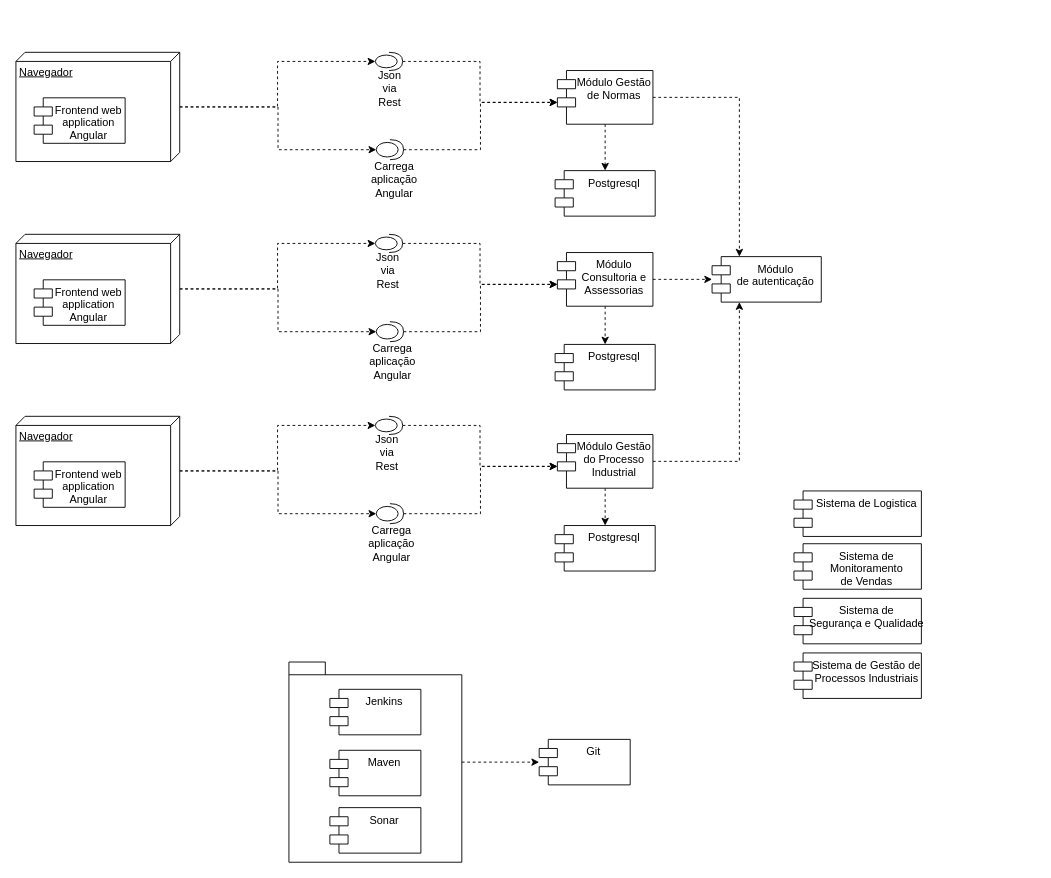
This is Diagrama de Componentes.drawio from thallysfreed/arquitetura, a draw.io file, before an edit. Source tidied: cells renumbered, new cells numbered last; positions are measured from the earlier drawing's top-left corner, leaving out a move shared by most shapes. Both pictures are drawn from the tidied source at 91%, with x=0, y=0 at pixel (15, 52).
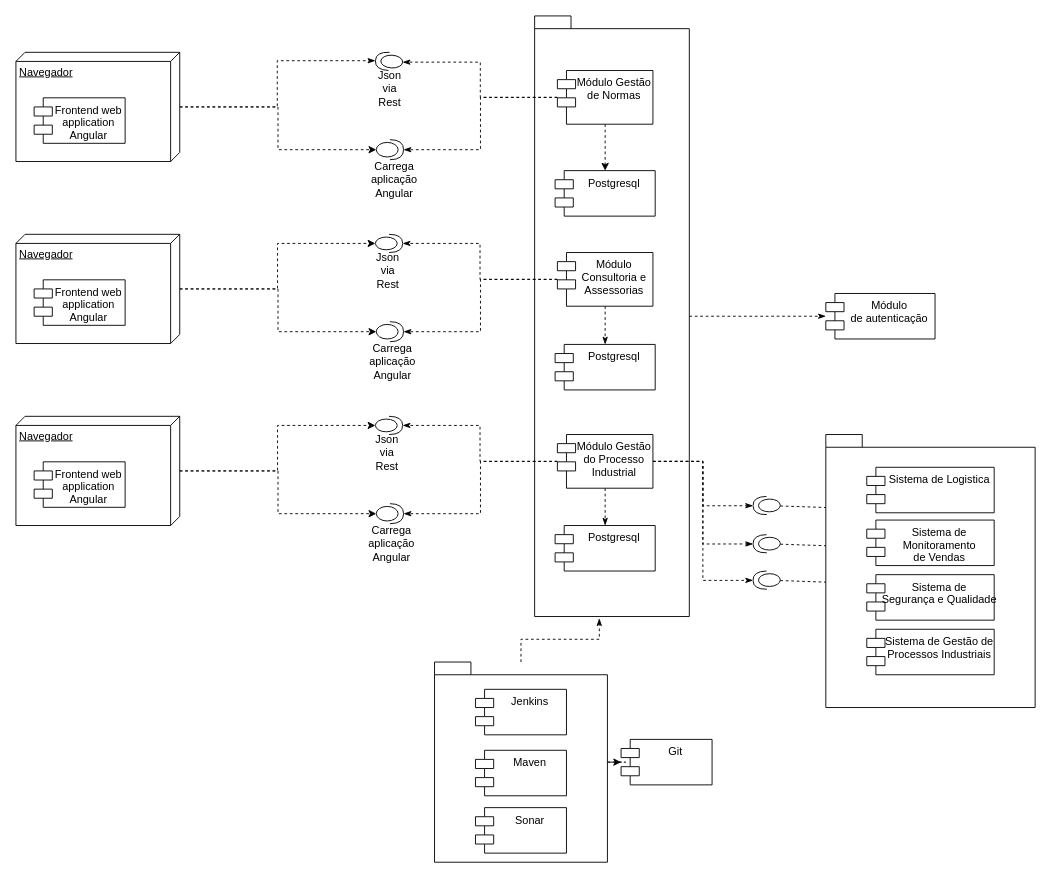
The same page after the edit.

The change refers to these unchanged cells:
```xml
<mxCell id="9" value="Navegador" style="verticalAlign=top;align=left;spacingTop=8;spacingLeft=2;spacingRight=12;shape=cube;size=10;direction=south;fontStyle=4;html=1;" parent="1" vertex="1">
  <mxGeometry width="180" height="120" as="geometry" />
</mxCell>
<mxCell id="12" style="shape=providedRequiredInterface;html=1;verticalLabelPosition=bottom;rotation=-180;direction=west;" parent="1" vertex="1">
  <mxGeometry x="396" y="96" width="30" height="22" as="geometry" />
</mxCell>
<mxCell id="17" style="shape=providedRequiredInterface;html=1;verticalLabelPosition=bottom;rotation=-180;direction=west;" parent="1" vertex="1">
  <mxGeometry x="395" y="200" width="30" height="20" as="geometry" />
</mxCell>
<mxCell id="23" style="shape=providedRequiredInterface;html=1;verticalLabelPosition=bottom;rotation=-180;direction=west;" parent="1" vertex="1">
  <mxGeometry x="396" y="296" width="30" height="22" as="geometry" />
</mxCell>
<mxCell id="28" style="shape=providedRequiredInterface;html=1;verticalLabelPosition=bottom;rotation=-180;direction=west;" parent="1" vertex="1">
  <mxGeometry x="395" y="400" width="30" height="20" as="geometry" />
</mxCell>
<mxCell id="34" style="shape=providedRequiredInterface;html=1;verticalLabelPosition=bottom;rotation=-180;direction=west;" parent="1" vertex="1">
  <mxGeometry x="396" y="496" width="30" height="22" as="geometry" />
</mxCell>
```

Diff of the diagram source:
```diff
@@
-    <mxCell id="2" style="edgeStyle=orthogonalEdgeStyle;rounded=0;jettySize=auto;html=1;dashed=1;" parent="1" edge="1" source="4" target="41">
-      <mxGeometry relative="1" as="geometry" />
-    </mxCell>
-    <mxCell id="3" style="edgeStyle=orthogonalEdgeStyle;rounded=0;jettySize=auto;html=1;entryX=0.25;entryY=0;entryDx=0;entryDy=0;dashed=1;" parent="1" edge="1" source="4" target="44">
-      <mxGeometry relative="1" as="geometry" />
-    </mxCell>
-    <mxCell id="4" value="Módulo Gestão&#10;de Normas" style="shape=module;align=left;spacingLeft=20;align=center;verticalAlign=top;" parent="1" vertex="1">
-      <mxGeometry x="595" y="20" width="105" height="59" as="geometry" />
-    </mxCell>
-    <mxCell id="5" style="edgeStyle=orthogonalEdgeStyle;rounded=0;jettySize=auto;html=1;entryX=0;entryY=0;entryDx=0;entryDy=35;entryPerimeter=0;dashed=1;" parent="1" edge="1" source="6" target="4">
-      <mxGeometry relative="1" as="geometry" />
-    </mxCell>
-    <mxCell id="6" style="shape=providedRequiredInterface;html=1;verticalLabelPosition=bottom;rotation=-180;direction=west;" parent="1" vertex="1">
+    <mxCell id="6" style="shape=providedRequiredInterface;html=1;verticalLabelPosition=bottom;rotation=3;direction=west;" parent="1" vertex="1">
       <mxGeometry x="395" width="30" height="20" as="geometry" />
     </mxCell>
+    <mxCell id="8" style="edgeStyle=orthogonalEdgeStyle;rounded=0;jettySize=auto;html=1;entryX=0;entryY=0.5;entryDx=0;entryDy=0;entryPerimeter=0;dashed=1;" parent="1" edge="1" source="9" target="12">
+      <mxGeometry relative="1" as="geometry" />
+    </mxCell>
-    <mxCell id="7" style="edgeStyle=orthogonalEdgeStyle;rounded=0;jettySize=auto;html=1;entryX=0;entryY=0.5;entryDx=0;entryDy=0;entryPerimeter=0;dashed=1;" parent="1" edge="1" source="9" target="6">
+    <mxCell id="7" style="edgeStyle=orthogonalEdgeStyle;rounded=0;jettySize=auto;html=1;entryX=1;entryY=0.5;entryDx=0;entryDy=0;entryPerimeter=0;dashed=1;startArrow=none;startFill=0;endArrow=classicThin;endFill=1;" parent="1" edge="1" source="9" target="6">
       <mxGeometry relative="1" as="geometry" />
     </mxCell>
-    <mxCell id="8" style="edgeStyle=orthogonalEdgeStyle;rounded=0;jettySize=auto;html=1;entryX=0;entryY=0.5;entryDx=0;entryDy=0;entryPerimeter=0;dashed=1;" parent="1" edge="1" source="9" target="12">
-      <mxGeometry relative="1" as="geometry" />
-    </mxCell>
@@
-    <mxCell id="11" style="edgeStyle=orthogonalEdgeStyle;rounded=0;jettySize=auto;html=1;entryX=0;entryY=0;entryDx=0;entryDy=35;entryPerimeter=0;dashed=1;" parent="1" edge="1" source="12" target="4">
-      <mxGeometry relative="1" as="geometry" />
-    </mxCell>
@@
-    <mxCell id="13" style="edgeStyle=orthogonalEdgeStyle;rounded=0;jettySize=auto;html=1;dashed=1;" parent="1" edge="1" source="15" target="42">
-      <mxGeometry relative="1" as="geometry" />
+    <mxCell id="13" style="edgeStyle=orthogonalEdgeStyle;rounded=0;orthogonalLoop=1;jettySize=auto;html=1;dashed=1;" parent="1" edge="1">
+      <mxGeometry relative="1" as="geometry">
+        <mxPoint x="647.5" y="279" as="sourcePoint" />
+      </mxGeometry>
     </mxCell>
-    <mxCell id="14" style="edgeStyle=orthogonalEdgeStyle;rounded=0;jettySize=auto;html=1;dashed=1;" parent="1" edge="1" source="15" target="44">
-      <mxGeometry relative="1" as="geometry" />
-    </mxCell>
-    <mxCell id="15" value="Módulo&#10;Consultoria e&#10;Assessorias" style="shape=module;align=left;spacingLeft=20;align=center;verticalAlign=top;" parent="1" vertex="1">
-      <mxGeometry x="595" y="220" width="105" height="59" as="geometry" />
-    </mxCell>
-    <mxCell id="16" style="edgeStyle=orthogonalEdgeStyle;rounded=0;jettySize=auto;html=1;entryX=0;entryY=0;entryDx=0;entryDy=35;entryPerimeter=0;dashed=1;" parent="1" edge="1" source="17" target="15">
-      <mxGeometry relative="1" as="geometry" />
-    </mxCell>
@@
-    <mxCell id="22" style="edgeStyle=orthogonalEdgeStyle;rounded=0;jettySize=auto;html=1;entryX=0;entryY=0;entryDx=0;entryDy=35;entryPerimeter=0;dashed=1;" parent="1" edge="1" source="23" target="15">
-      <mxGeometry relative="1" as="geometry" />
-    </mxCell>
@@
-    <mxCell id="24" style="edgeStyle=orthogonalEdgeStyle;rounded=0;jettySize=auto;html=1;dashed=1;" parent="1" edge="1" source="26" target="43">
-      <mxGeometry relative="1" as="geometry" />
+    <mxCell id="24" style="edgeStyle=orthogonalEdgeStyle;rounded=0;orthogonalLoop=1;jettySize=auto;html=1;dashed=1;" parent="1" edge="1">
+      <mxGeometry relative="1" as="geometry">
+        <mxPoint x="647.5" y="479" as="sourcePoint" />
+      </mxGeometry>
     </mxCell>
-    <mxCell id="25" style="edgeStyle=orthogonalEdgeStyle;rounded=0;jettySize=auto;html=1;entryX=0.25;entryY=1;entryDx=0;entryDy=0;dashed=1;" parent="1" edge="1" source="26" target="44">
-      <mxGeometry relative="1" as="geometry" />
-    </mxCell>
-    <mxCell id="26" value="Módulo Gestão&#10;do Processo&#10;Industrial" style="shape=module;align=left;spacingLeft=20;align=center;verticalAlign=top;" parent="1" vertex="1">
-      <mxGeometry x="595" y="420" width="105" height="59" as="geometry" />
-    </mxCell>
-    <mxCell id="27" style="edgeStyle=orthogonalEdgeStyle;rounded=0;jettySize=auto;html=1;entryX=0;entryY=0;entryDx=0;entryDy=35;entryPerimeter=0;dashed=1;" parent="1" edge="1" source="28" target="26">
-      <mxGeometry relative="1" as="geometry" />
-    </mxCell>
@@
-    <mxCell id="33" style="edgeStyle=orthogonalEdgeStyle;rounded=0;jettySize=auto;html=1;entryX=0;entryY=0;entryDx=0;entryDy=35;entryPerimeter=0;dashed=1;" parent="1" edge="1" source="34" target="26">
-      <mxGeometry relative="1" as="geometry" />
-    </mxCell>
@@
-    <mxCell id="41" value="Postgresql" style="shape=module;align=left;spacingLeft=20;align=center;verticalAlign=top;" parent="1" vertex="1">
-      <mxGeometry x="592.5" y="130" width="110" height="50" as="geometry" />
-    </mxCell>
-    <mxCell id="42" value="Postgresql" style="shape=module;align=left;spacingLeft=20;align=center;verticalAlign=top;" parent="1" vertex="1">
-      <mxGeometry x="592.5" y="321" width="110" height="50" as="geometry" />
-    </mxCell>
-    <mxCell id="43" value="Postgresql" style="shape=module;align=left;spacingLeft=20;align=center;verticalAlign=top;" parent="1" vertex="1">
-      <mxGeometry x="592.5" y="520" width="110" height="50" as="geometry" />
-    </mxCell>
     <mxCell id="44" value="Módulo &#10;de autenticação" style="shape=module;align=left;spacingLeft=20;align=center;verticalAlign=top;" parent="1" vertex="1">
-      <mxGeometry x="765" y="224.5" width="120" height="50" as="geometry" />
+      <mxGeometry x="890" y="265" width="120" height="50" as="geometry" />
     </mxCell>
-    <mxCell id="45" value="Sistema de Logistica" style="shape=module;align=left;spacingLeft=20;align=center;verticalAlign=top;" parent="1" vertex="1">
-      <mxGeometry x="855" y="482" width="140" height="50" as="geometry" />
-    </mxCell>
-    <mxCell id="46" value="Sistema de &#10;Monitoramento &#10;de Vendas" style="shape=module;align=left;spacingLeft=20;align=center;verticalAlign=top;" parent="1" vertex="1">
-      <mxGeometry x="855" y="540" width="140" height="50" as="geometry" />
-    </mxCell>
-    <mxCell id="47" value="Sistema de &#10;Segurança e Qualidade" style="shape=module;align=left;spacingLeft=20;align=center;verticalAlign=top;" parent="1" vertex="1">
-      <mxGeometry x="855" y="600" width="140" height="50" as="geometry" />
-    </mxCell>
-    <mxCell id="48" value="Sistema de Gestão de&#10;Processos Industriais&#10;" style="shape=module;align=left;spacingLeft=20;align=center;verticalAlign=top;" parent="1" vertex="1">
-      <mxGeometry x="855" y="660" width="140" height="50" as="geometry" />
-    </mxCell>
@@
+    <mxCell id="55" style="edgeStyle=orthogonalEdgeStyle;rounded=0;jettySize=auto;html=1;entryX=0.418;entryY=1.003;entryDx=0;entryDy=0;entryPerimeter=0;dashed=1;startArrow=none;startFill=0;endArrow=classicThin;endFill=1;" parent="1" edge="1" source="50" target="64">
+      <mxGeometry relative="1" as="geometry" />
+    </mxCell>
     <mxCell id="50" style="shape=folder;fontStyle=1;spacingTop=10;tabWidth=40;tabHeight=14;tabPosition=left;html=1;" parent="1" vertex="1">
-      <mxGeometry x="300" y="670" width="190" height="220" as="geometry" />
+      <mxGeometry x="460" y="670" width="190" height="220" as="geometry" />
     </mxCell>
     <mxCell id="51" value="Jenkins&#10;" style="shape=module;align=left;spacingLeft=20;align=center;verticalAlign=top;" parent="1" vertex="1">
-      <mxGeometry x="345" y="700" width="100" height="50" as="geometry" />
+      <mxGeometry x="505" y="700" width="100" height="50" as="geometry" />
     </mxCell>
     <mxCell id="52" value="Maven" style="shape=module;align=left;spacingLeft=20;align=center;verticalAlign=top;" parent="1" vertex="1">
-      <mxGeometry x="345" y="767" width="100" height="50" as="geometry" />
+      <mxGeometry x="505" y="767" width="100" height="50" as="geometry" />
     </mxCell>
     <mxCell id="53" value="Sonar" style="shape=module;align=left;spacingLeft=20;align=center;verticalAlign=top;" parent="1" vertex="1">
-      <mxGeometry x="345" y="830" width="100" height="50" as="geometry" />
+      <mxGeometry x="505" y="830" width="100" height="50" as="geometry" />
     </mxCell>
     <mxCell id="54" value="Git" style="shape=module;align=left;spacingLeft=20;align=center;verticalAlign=top;" parent="1" vertex="1">
-      <mxGeometry x="575" y="755" width="100" height="50" as="geometry" />
+      <mxGeometry x="665" y="755" width="100" height="50" as="geometry" />
     </mxCell>
+    <mxCell id="56" style="shape=folder;fontStyle=1;spacingTop=10;tabWidth=40;tabHeight=14;tabPosition=left;html=1;" parent="1" vertex="1">
+      <mxGeometry x="890" y="420" width="230" height="300" as="geometry" />
+    </mxCell>
+    <mxCell id="45" value="Sistema de Logistica" style="shape=module;align=left;spacingLeft=20;align=center;verticalAlign=top;" parent="1" vertex="1">
+      <mxGeometry x="935" y="456" width="140" height="50" as="geometry" />
+    </mxCell>
+    <mxCell id="46" value="Sistema de &#10;Monitoramento &#10;de Vendas" style="shape=module;align=left;spacingLeft=20;align=center;verticalAlign=top;" parent="1" vertex="1">
+      <mxGeometry x="935" y="514" width="140" height="50" as="geometry" />
+    </mxCell>
+    <mxCell id="47" value="Sistema de &#10;Segurança e Qualidade" style="shape=module;align=left;spacingLeft=20;align=center;verticalAlign=top;" parent="1" vertex="1">
+      <mxGeometry x="935" y="574" width="140" height="50" as="geometry" />
+    </mxCell>
+    <mxCell id="48" value="Sistema de Gestão de&#10;Processos Industriais&#10;" style="shape=module;align=left;spacingLeft=20;align=center;verticalAlign=top;" parent="1" vertex="1">
+      <mxGeometry x="935" y="634" width="140" height="50" as="geometry" />
+    </mxCell>
+    <mxCell id="57" style="rounded=0;jettySize=auto;html=1;dashed=1;startArrow=none;startFill=0;endArrow=none;endFill=0;" parent="1" edge="1" source="58">
+      <mxGeometry relative="1" as="geometry">
+        <mxPoint x="890" y="500.2" as="targetPoint" />
+      </mxGeometry>
+    </mxCell>
+    <mxCell id="58" style="shape=providedRequiredInterface;html=1;verticalLabelPosition=bottom;rotation=-1;direction=west;" parent="1" vertex="1">
+      <mxGeometry x="810" y="488" width="30" height="20" as="geometry" />
+    </mxCell>
+    <mxCell id="59" style="rounded=0;jettySize=auto;html=1;dashed=1;startArrow=none;startFill=0;endArrow=none;endFill=0;" parent="1" edge="1" source="60">
+      <mxGeometry relative="1" as="geometry">
+        <mxPoint x="890" y="542.2" as="targetPoint" />
+      </mxGeometry>
+    </mxCell>
+    <mxCell id="60" style="shape=providedRequiredInterface;html=1;verticalLabelPosition=bottom;rotation=-1;direction=west;" parent="1" vertex="1">
+      <mxGeometry x="810" y="530" width="30" height="20" as="geometry" />
+    </mxCell>
+    <mxCell id="61" style="rounded=0;jettySize=auto;html=1;dashed=1;startArrow=none;startFill=0;endArrow=none;endFill=0;" parent="1" edge="1" source="62">
+      <mxGeometry relative="1" as="geometry">
+        <mxPoint x="890" y="582.2" as="targetPoint" />
+      </mxGeometry>
+    </mxCell>
+    <mxCell id="62" style="shape=providedRequiredInterface;html=1;verticalLabelPosition=bottom;rotation=-1;direction=west;" parent="1" vertex="1">
+      <mxGeometry x="810" y="570" width="30" height="20" as="geometry" />
+    </mxCell>
+    <mxCell id="63" style="edgeStyle=orthogonalEdgeStyle;rounded=0;jettySize=auto;html=1;dashed=1;startArrow=none;startFill=0;endArrow=classicThin;endFill=1;" parent="1" edge="1" source="64" target="44">
+      <mxGeometry relative="1" as="geometry" />
+    </mxCell>
+    <mxCell id="64" style="shape=folder;fontStyle=1;spacingTop=10;tabWidth=40;tabHeight=14;tabPosition=left;html=1;" parent="1" vertex="1">
+      <mxGeometry x="570" y="-40" width="170" height="660" as="geometry" />
+    </mxCell>
+    <mxCell id="2" style="edgeStyle=orthogonalEdgeStyle;rounded=0;jettySize=auto;html=1;dashed=1;" parent="1" edge="1" source="4" target="41">
+      <mxGeometry relative="1" as="geometry" />
+    </mxCell>
+    <mxCell id="65" style="edgeStyle=orthogonalEdgeStyle;rounded=0;jettySize=auto;html=1;entryX=0;entryY=0.5;entryDx=0;entryDy=0;entryPerimeter=0;dashed=1;startArrow=none;startFill=0;endArrow=classicThin;endFill=1;" parent="1" edge="1" source="4" target="6">
+      <mxGeometry relative="1" as="geometry" />
+    </mxCell>
+    <mxCell id="66" style="edgeStyle=orthogonalEdgeStyle;rounded=0;jettySize=auto;html=1;entryX=1;entryY=0.5;entryDx=0;entryDy=0;entryPerimeter=0;dashed=1;startArrow=none;startFill=0;endArrow=classicThin;endFill=1;" parent="1" edge="1" source="4" target="12">
+      <mxGeometry relative="1" as="geometry" />
+    </mxCell>
+    <mxCell id="4" value="Módulo Gestão&#10;de Normas" style="shape=module;align=left;spacingLeft=20;align=center;verticalAlign=top;" parent="1" vertex="1">
+      <mxGeometry x="595" y="20" width="105" height="59" as="geometry" />
+    </mxCell>
+    <mxCell id="67" style="edgeStyle=orthogonalEdgeStyle;rounded=0;jettySize=auto;html=1;dashed=1;startArrow=none;startFill=0;endArrow=classicThin;endFill=1;" parent="1" edge="1" source="15" target="42">
+      <mxGeometry relative="1" as="geometry" />
+    </mxCell>
+    <mxCell id="68" style="edgeStyle=orthogonalEdgeStyle;rounded=0;jettySize=auto;html=1;entryX=1;entryY=0.5;entryDx=0;entryDy=0;entryPerimeter=0;dashed=1;startArrow=none;startFill=0;endArrow=classicThin;endFill=1;" parent="1" edge="1" source="15" target="17">
+      <mxGeometry relative="1" as="geometry" />
+    </mxCell>
+    <mxCell id="69" style="edgeStyle=orthogonalEdgeStyle;rounded=0;jettySize=auto;html=1;entryX=1;entryY=0.5;entryDx=0;entryDy=0;entryPerimeter=0;dashed=1;startArrow=none;startFill=0;endArrow=classicThin;endFill=1;" parent="1" edge="1" source="15" target="23">
+      <mxGeometry relative="1" as="geometry" />
+    </mxCell>
+    <mxCell id="15" value="Módulo&#10;Consultoria e&#10;Assessorias" style="shape=module;align=left;spacingLeft=20;align=center;verticalAlign=top;" parent="1" vertex="1">
+      <mxGeometry x="595" y="220" width="105" height="59" as="geometry" />
+    </mxCell>
+    <mxCell id="70" style="edgeStyle=orthogonalEdgeStyle;rounded=0;jettySize=auto;html=1;dashed=1;startArrow=none;startFill=0;endArrow=classicThin;endFill=1;" parent="1" edge="1" source="26" target="43">
+      <mxGeometry relative="1" as="geometry" />
+    </mxCell>
+    <mxCell id="71" style="edgeStyle=orthogonalEdgeStyle;rounded=0;jettySize=auto;html=1;entryX=1;entryY=0.5;entryDx=0;entryDy=0;entryPerimeter=0;dashed=1;startArrow=none;startFill=0;endArrow=classicThin;endFill=1;" parent="1" edge="1" source="26" target="58">
+      <mxGeometry relative="1" as="geometry" />
+    </mxCell>
+    <mxCell id="72" style="edgeStyle=orthogonalEdgeStyle;rounded=0;jettySize=auto;html=1;entryX=1;entryY=0.5;entryDx=0;entryDy=0;entryPerimeter=0;dashed=1;startArrow=none;startFill=0;endArrow=classicThin;endFill=1;" parent="1" edge="1" source="26" target="60">
+      <mxGeometry relative="1" as="geometry" />
+    </mxCell>
+    <mxCell id="73" style="edgeStyle=orthogonalEdgeStyle;rounded=0;jettySize=auto;html=1;entryX=1;entryY=0.5;entryDx=0;entryDy=0;entryPerimeter=0;dashed=1;startArrow=none;startFill=0;endArrow=classicThin;endFill=1;" parent="1" edge="1" source="26" target="62">
+      <mxGeometry relative="1" as="geometry" />
+    </mxCell>
+    <mxCell id="74" style="edgeStyle=orthogonalEdgeStyle;rounded=0;jettySize=auto;html=1;entryX=1;entryY=0.5;entryDx=0;entryDy=0;entryPerimeter=0;dashed=1;startArrow=none;startFill=0;endArrow=classicThin;endFill=1;" parent="1" edge="1" source="26" target="28">
+      <mxGeometry relative="1" as="geometry" />
+    </mxCell>
+    <mxCell id="75" style="edgeStyle=orthogonalEdgeStyle;rounded=0;jettySize=auto;html=1;entryX=1;entryY=0.5;entryDx=0;entryDy=0;entryPerimeter=0;dashed=1;startArrow=none;startFill=0;endArrow=classicThin;endFill=1;" parent="1" edge="1" source="26" target="34">
+      <mxGeometry relative="1" as="geometry" />
+    </mxCell>
+    <mxCell id="26" value="Módulo Gestão&#10;do Processo&#10;Industrial" style="shape=module;align=left;spacingLeft=20;align=center;verticalAlign=top;" parent="1" vertex="1">
+      <mxGeometry x="595" y="420" width="105" height="59" as="geometry" />
+    </mxCell>
+    <mxCell id="41" value="Postgresql" style="shape=module;align=left;spacingLeft=20;align=center;verticalAlign=top;" parent="1" vertex="1">
+      <mxGeometry x="592.5" y="130" width="110" height="50" as="geometry" />
+    </mxCell>
+    <mxCell id="42" value="Postgresql" style="shape=module;align=left;spacingLeft=20;align=center;verticalAlign=top;" parent="1" vertex="1">
+      <mxGeometry x="592.5" y="321" width="110" height="50" as="geometry" />
+    </mxCell>
+    <mxCell id="43" value="Postgresql" style="shape=module;align=left;spacingLeft=20;align=center;verticalAlign=top;" parent="1" vertex="1">
+      <mxGeometry x="592.5" y="520" width="110" height="50" as="geometry" />
+    </mxCell>
```
